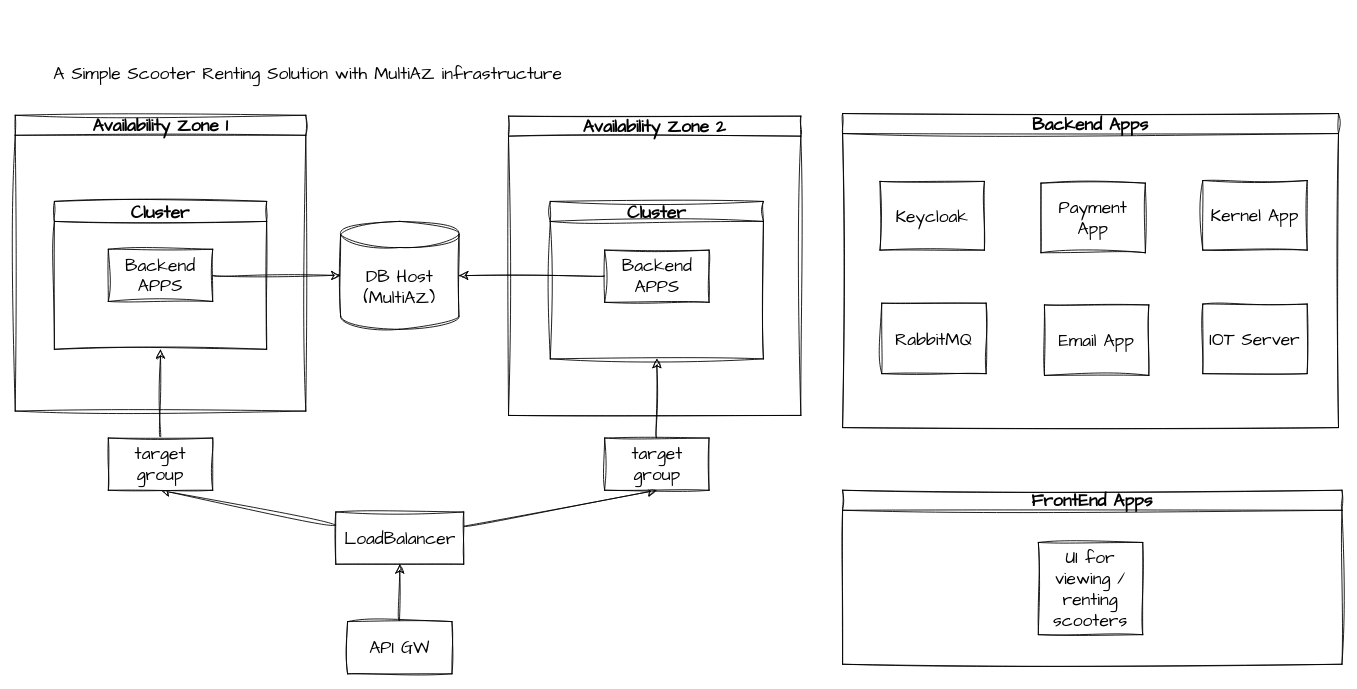
Earlier version of the draw.io diagram documentation/scooter_service.drawio (serdarburakguneri/scooter-renting). Source tidied: cells renumbered, new cells numbered last; positions are measured from the earlier drawing's top-left corner, leaving out a move shared by most shapes. Both pictures are drawn from the tidied source at 87%, with x=0, y=0 at pixel (15, 57).
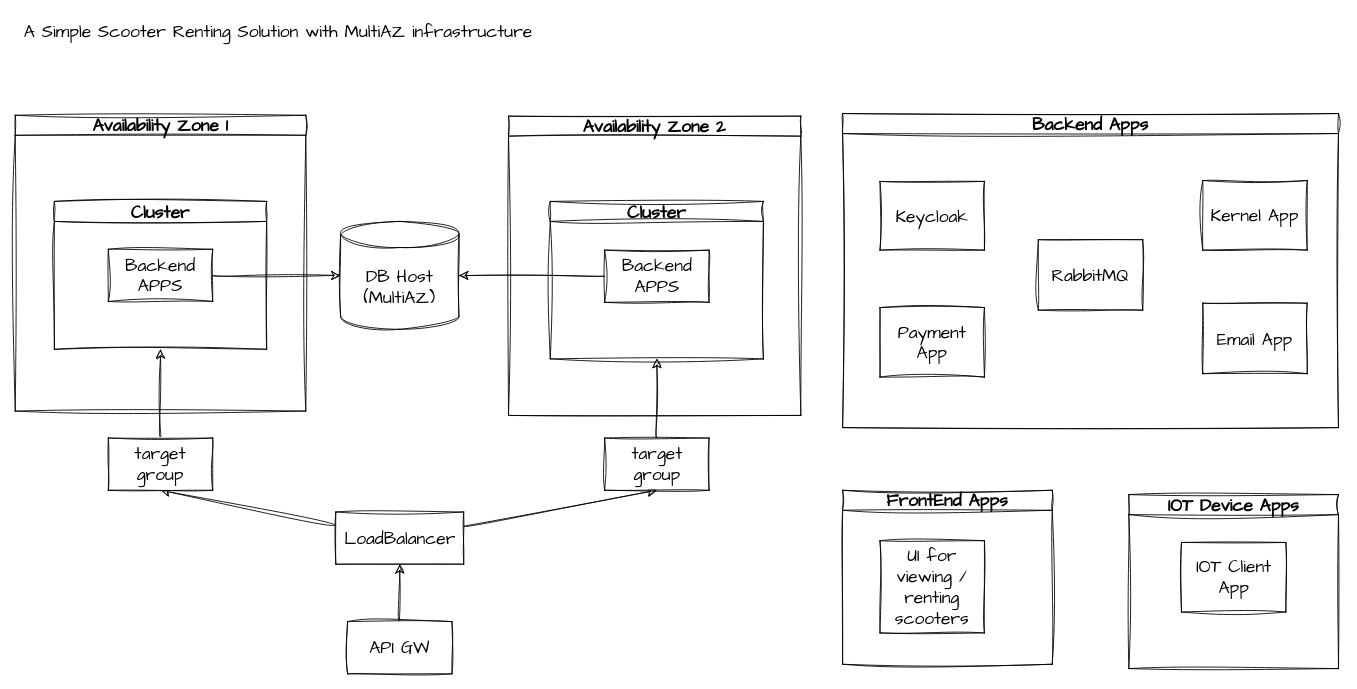
After the change.

The change refers to these unchanged cells:
```xml
<mxCell id="22" value="Backend Apps" style="swimlane;whiteSpace=wrap;html=1;sketch=1;hachureGap=4;jiggle=2;curveFitting=1;fontFamily=Architects Daughter;fontSize=20;" parent="1" vertex="1">
  <mxGeometry x="951" y="64" width="570" height="361" as="geometry" />
</mxCell>
```

The edit, as a diff of the source:
```diff
@@
     <mxCell id="21" value="A Simple Scooter Renting Solution with MultiAZ infrastructure" style="text;html=1;align=center;verticalAlign=middle;strokeColor=none;fillColor=none;fontSize=20;fontFamily=Architects Daughter;" parent="1" vertex="1">
-      <mxGeometry x="34" width="603" height="36" as="geometry" />
+      <mxGeometry y="-49" width="603" height="36" as="geometry" />
     </mxCell>
@@
     <mxCell id="23" value="Payment App" style="rounded=0;whiteSpace=wrap;html=1;sketch=1;hachureGap=4;jiggle=2;curveFitting=1;fontFamily=Architects Daughter;fontSize=20;" parent="22" vertex="1">
-      <mxGeometry x="228" y="80" width="120" height="80" as="geometry" />
+      <mxGeometry x="43" y="223" width="120" height="80" as="geometry" />
     </mxCell>
@@
     <mxCell id="26" value="Email App" style="rounded=0;whiteSpace=wrap;html=1;sketch=1;hachureGap=4;jiggle=2;curveFitting=1;fontFamily=Architects Daughter;fontSize=20;" parent="22" vertex="1">
-      <mxGeometry x="232" y="220" width="120" height="81" as="geometry" />
+      <mxGeometry x="414" y="218" width="120" height="81" as="geometry" />
     </mxCell>
     <mxCell id="27" value="RabbitMQ" style="rounded=0;whiteSpace=wrap;html=1;sketch=1;hachureGap=4;jiggle=2;curveFitting=1;fontFamily=Architects Daughter;fontSize=20;" parent="22" vertex="1">
-      <mxGeometry x="45" y="218" width="120" height="81" as="geometry" />
+      <mxGeometry x="225" y="145" width="120" height="81" as="geometry" />
     </mxCell>
-    <mxCell id="28" value="IOT Server" style="rounded=0;whiteSpace=wrap;html=1;sketch=1;hachureGap=4;jiggle=2;curveFitting=1;fontFamily=Architects Daughter;fontSize=20;" parent="22" vertex="1">
-      <mxGeometry x="414" y="219" width="120" height="80" as="geometry" />
-    </mxCell>
     <mxCell id="29" value="FrontEnd Apps" style="swimlane;whiteSpace=wrap;html=1;sketch=1;hachureGap=4;jiggle=2;curveFitting=1;fontFamily=Architects Daughter;fontSize=20;" parent="1" vertex="1">
-      <mxGeometry x="951" y="497" width="574" height="200" as="geometry" />
+      <mxGeometry x="951" y="497" width="241" height="200" as="geometry" />
     </mxCell>
     <mxCell id="30" value="UI for viewing / renting scooters" style="rounded=0;whiteSpace=wrap;html=1;sketch=1;hachureGap=4;jiggle=2;curveFitting=1;fontFamily=Architects Daughter;fontSize=20;" parent="29" vertex="1">
-      <mxGeometry x="225" y="60" width="120" height="106" as="geometry" />
+      <mxGeometry x="43" y="58" width="120" height="106" as="geometry" />
     </mxCell>
+    <mxCell id="31" value="IOT Device Apps" style="swimlane;whiteSpace=wrap;html=1;sketch=1;hachureGap=4;jiggle=2;curveFitting=1;fontFamily=Architects Daughter;fontSize=20;" parent="1" vertex="1">
+      <mxGeometry x="1280" y="502" width="241" height="200" as="geometry" />
+    </mxCell>
+    <mxCell id="32" value="IOT Client App" style="rounded=0;whiteSpace=wrap;html=1;sketch=1;hachureGap=4;jiggle=2;curveFitting=1;fontFamily=Architects Daughter;fontSize=20;" parent="31" vertex="1">
+      <mxGeometry x="60.5" y="55" width="120" height="80" as="geometry" />
+    </mxCell>
```
